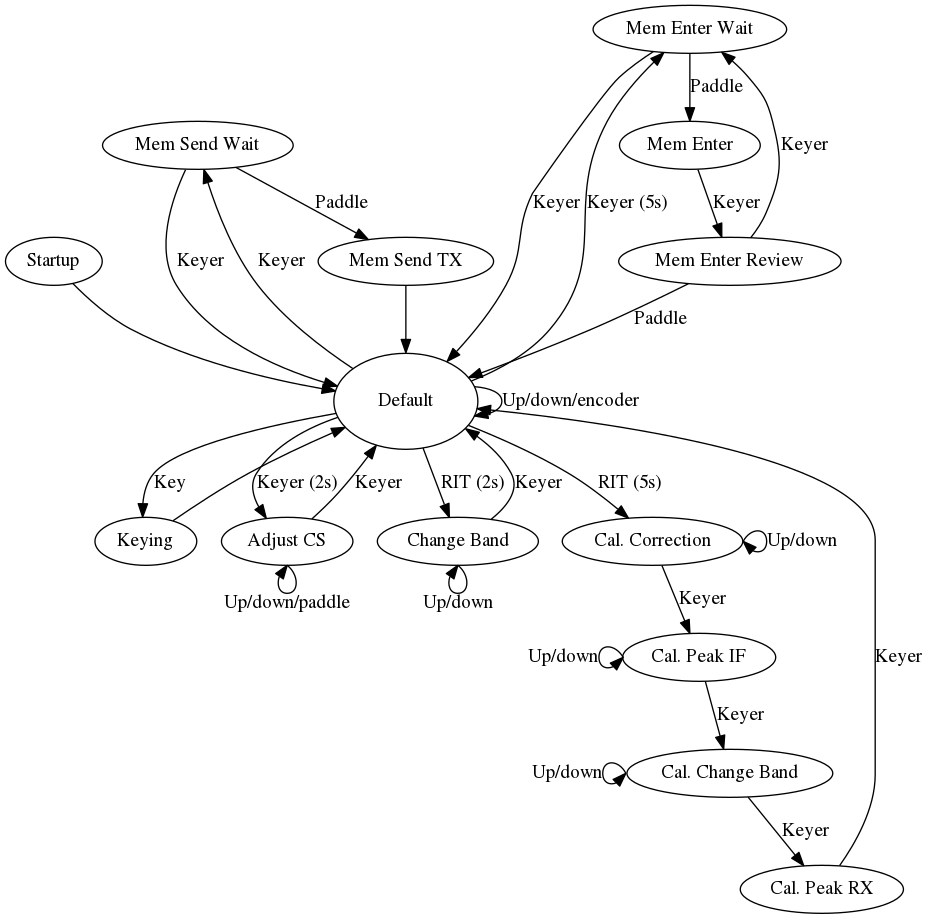
This is README/states.png from camilstaps/SODA-POP-source, a Graphviz export, as it was before one commit. Its source is kept beside it as README/states.dot.
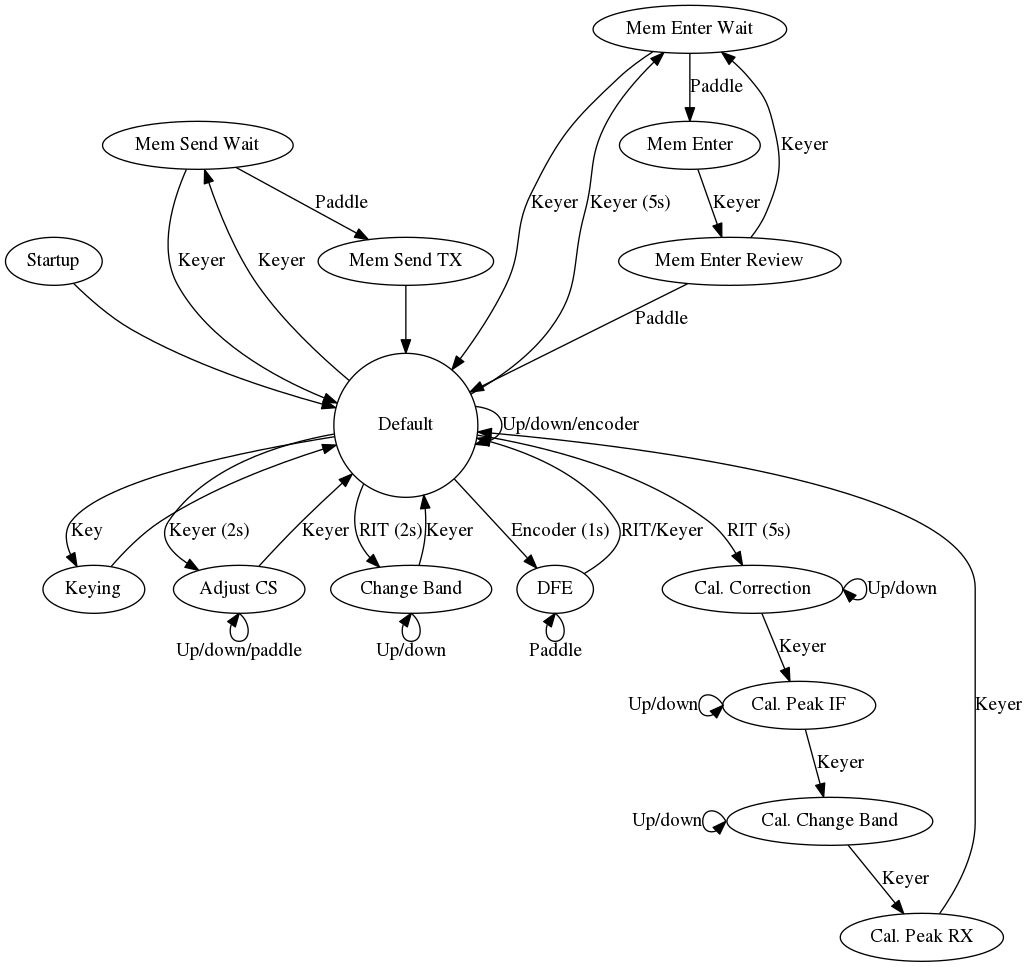
Later version of the same file.

Diff of the diagram source:
```diff
@@ -1,9 +1,10 @@
 digraph {
 	startup[label="Startup"];
-	default[label="Default", width=1.5, height=1];
+	default[label="Default", width=1.5, height=1.5];
 	keying[label="Keying"];
 	adjust_cs[label="Adjust CS"];
 	change_band[label="Change Band"];
+	dfe[label="DFE"];
 	mem_send_wait[label="Mem Send Wait"];
 	mem_send_tx[label="Mem Send TX"];
 	mem_enter_wait[label="Mem Enter Wait"];
@@ -29,6 +30,10 @@
 	change_band:s -> change_band:s [label="Up/down"];
 	change_band -> default [label="Keyer"];
 
+	default -> dfe [label="Encoder (1s)"];
+	dfe:s -> dfe:s [label="Paddle"];
+	dfe -> default [label="RIT/Keyer"];
+
 	default -> mem_send_wait [label="Keyer", constraint=false];
 	mem_send_wait -> default [label="Keyer"];
 	mem_send_wait -> mem_send_tx [label="Paddle"];
```
